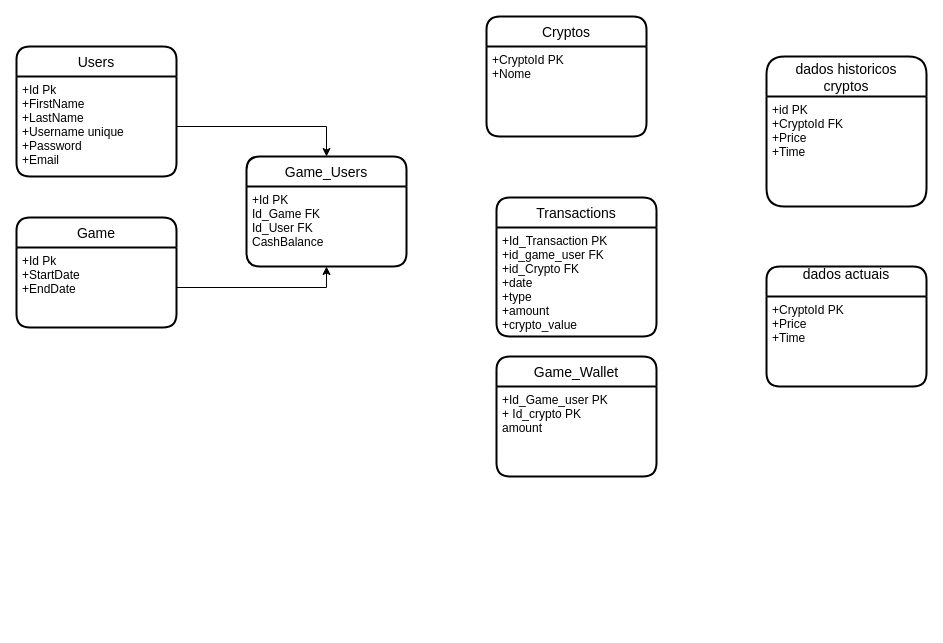
Above: page "UML Base Dados" (2 of 2) of Esquemas.drawio in pmdmartins21/Crypto-Challenge (draw.io), before the change. Source tidied: cells renumbered, new cells numbered last; positions are measured from the earlier drawing's top-left corner, leaving out a move shared by most shapes. Both pictures are drawn from the tidied source at 100%, with x=0, y=0 at pixel (16, 16).
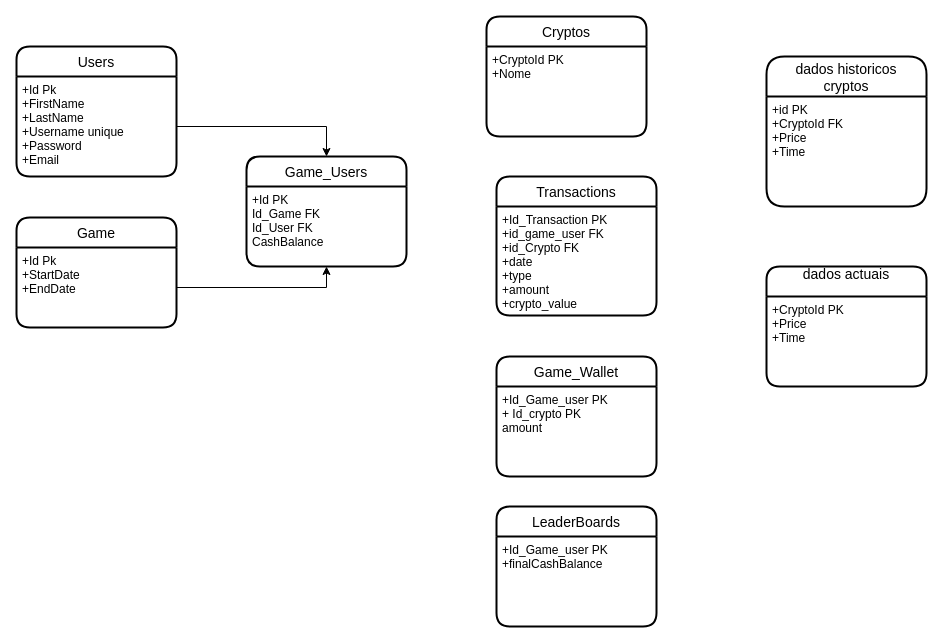
Above is the later version.

The edit, as a diff of the source:
```diff
@@
     <mxCell id="21" value="Transactions" style="swimlane;horizontal=1;startSize=30;rounded=1;fontSize=14;fontStyle=0;strokeWidth=2;shadow=0;dashed=0;align=center;" parent="1" vertex="1">
-      <mxGeometry x="480" y="181" width="160" height="139" as="geometry" />
+      <mxGeometry x="480" y="160" width="160" height="139" as="geometry" />
     </mxCell>
@@
+    <mxCell id="23" value="LeaderBoards" style="swimlane;horizontal=1;startSize=30;rounded=1;fontSize=14;fontStyle=0;strokeWidth=2;shadow=0;dashed=0;align=center;" parent="1" vertex="1">
+      <mxGeometry x="480" y="490" width="160" height="120" as="geometry" />
+    </mxCell>
+    <mxCell id="24" value="+Id_Game_user PK&#10;+finalCashBalance" style="align=left;strokeColor=none;fillColor=none;spacingLeft=4;fontSize=12;verticalAlign=top;" parent="23" vertex="1">
+      <mxGeometry y="30" width="160" height="90" as="geometry" />
+    </mxCell>
```
